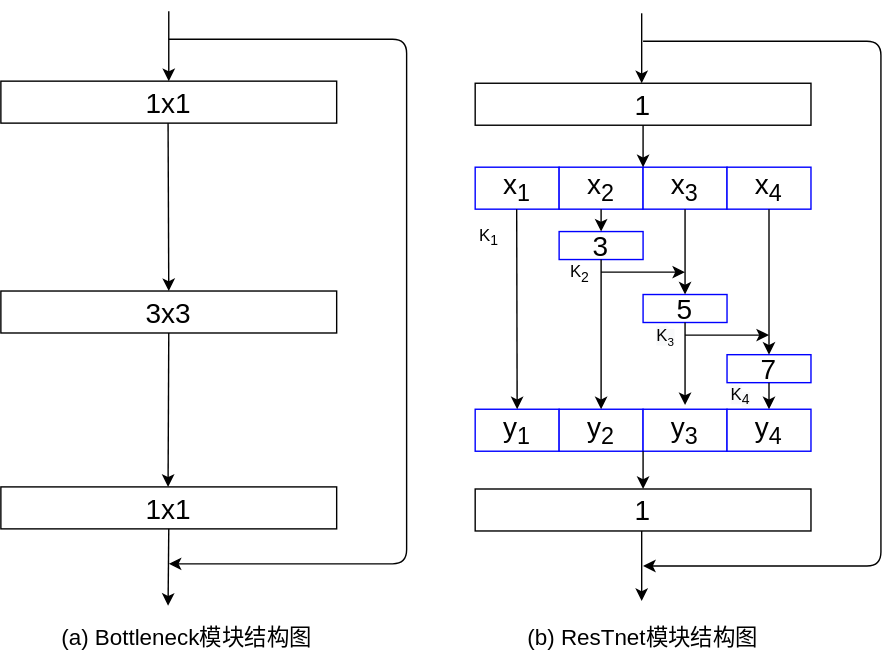
Earlier version of the draw.io export littlepaper/图2-1 ResTnet结构图.svg (wangxinzhi0/draw.io). Source tidied: cells renumbered, new cells last; positions are measured from the earlier drawing's top-left corner, leaving out a move shared by most shapes.
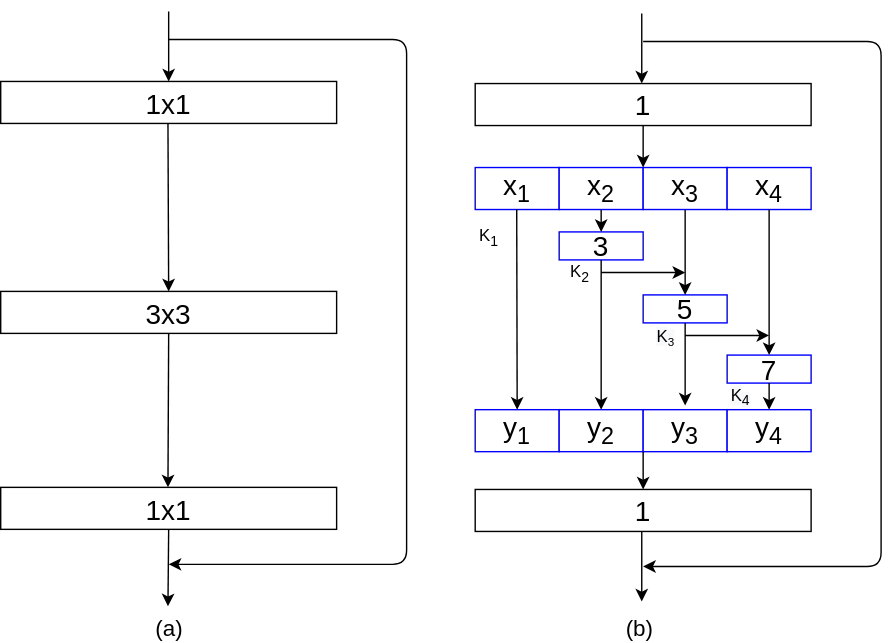
Above is the later version.

Change to the diagram source:
```diff
@@ -162,11 +162,11 @@
     <mxCell id="40" value="K&lt;sub&gt;1&lt;/sub&gt;" style="text;html=1;strokeColor=none;fillColor=none;align=center;verticalAlign=middle;whiteSpace=wrap;rounded=0;" parent="1" vertex="1">
       <mxGeometry x="329" y="152" width="40" height="20" as="geometry" />
     </mxCell>
-    <mxCell id="41" value="(a) Bottleneck模块结构图" style="text;html=1;strokeColor=none;fillColor=none;align=center;verticalAlign=middle;whiteSpace=wrap;rounded=0;fontSize=16;" parent="1" vertex="1">
-      <mxGeometry x="33" y="438" width="200" height="20" as="geometry" />
+    <mxCell id="41" value="(a)&amp;nbsp;" style="text;html=1;strokeColor=none;fillColor=none;align=center;verticalAlign=middle;whiteSpace=wrap;rounded=0;fontSize=16;" parent="1" vertex="1">
+      <mxGeometry x="23" y="431" width="200" height="20" as="geometry" />
     </mxCell>
-    <mxCell id="42" value="(b) ResTnet模块结构图" style="text;html=1;strokeColor=none;fillColor=none;align=center;verticalAlign=middle;whiteSpace=wrap;rounded=0;fontSize=16;" parent="1" vertex="1">
-      <mxGeometry x="369" y="438" width="180" height="20" as="geometry" />
+    <mxCell id="42" value="(b)&amp;nbsp;" style="text;html=1;strokeColor=none;fillColor=none;align=center;verticalAlign=middle;whiteSpace=wrap;rounded=0;fontSize=16;" parent="1" vertex="1">
+      <mxGeometry x="369" y="431" width="180" height="20" as="geometry" />
     </mxCell>
   </root>
 </mxGraphModel>
```
